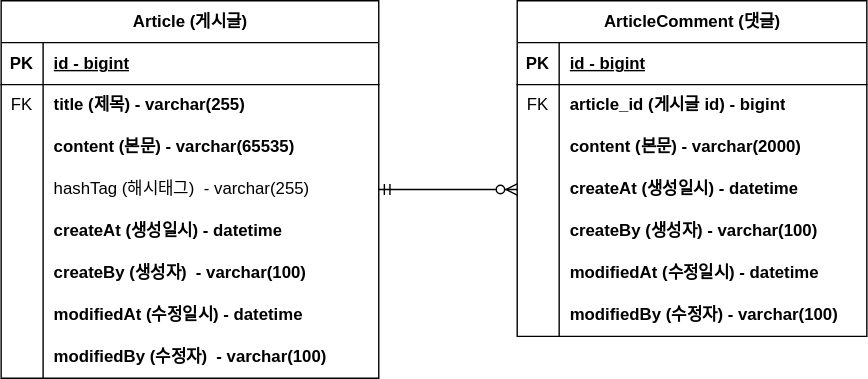
Above: document/board-project-erd.svg in KHyeon9/fastcampus-project-board (draw.io), before the change. Source tidied: cells renumbered, new cells last; positions are measured from the earlier drawing's top-left corner, leaving out a move shared by most shapes.
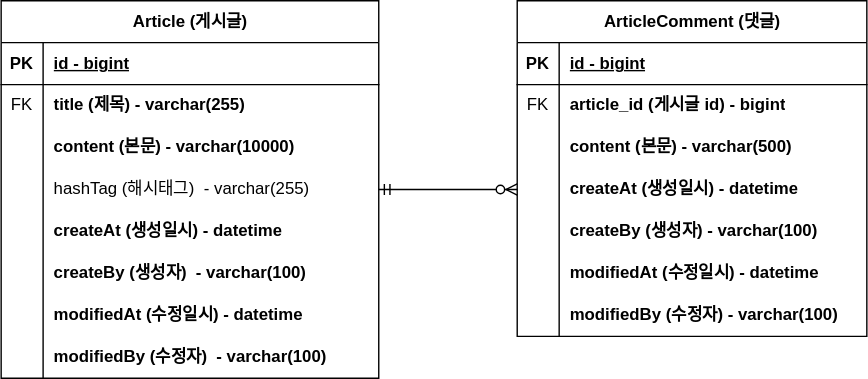
After the change.

Commit message:
#10 - erd 업데이트: content 사이즈 변경

What changed in the source:
```diff
@@ -29,7 +29,7 @@
     <mxCell id="10" style="shape=partialRectangle;fillColor=none;top=0;left=0;bottom=0;right=0;overflow=hidden;whiteSpace=wrap;html=1;" parent="9" vertex="1">
       <mxGeometry width="30" height="30" as="geometry" />
     </mxCell>
-    <mxCell id="11" value="content (본문&lt;span style=&quot;background-color: initial;&quot;&gt;) - varchar(65535)&lt;/span&gt;" style="shape=partialRectangle;fillColor=none;top=0;left=0;bottom=0;right=0;align=left;spacingLeft=6;overflow=hidden;whiteSpace=wrap;html=1;fontStyle=1;" parent="9" vertex="1">
+    <mxCell id="11" value="content (본문&lt;span style=&quot;background-color: initial;&quot;&gt;) - varchar(10000)&lt;/span&gt;" style="shape=partialRectangle;fillColor=none;top=0;left=0;bottom=0;right=0;align=left;spacingLeft=6;overflow=hidden;whiteSpace=wrap;html=1;fontStyle=1;" parent="9" vertex="1">
       <mxGeometry x="30" width="240" height="30" as="geometry" />
     </mxCell>
     <mxCell id="12" style="shape=tableRow;horizontal=0;startSize=0;swimlaneHead=0;swimlaneBody=0;fillColor=none;points=[[0,0.5],[1,0.5]];portConstraint=eastwest;top=0;left=0;right=0;bottom=0;" parent="2" vertex="1">
@@ -104,7 +104,7 @@
     <mxCell id="35" style="shape=partialRectangle;fillColor=none;top=0;left=0;bottom=0;right=0;overflow=hidden;whiteSpace=wrap;html=1;" parent="34" vertex="1">
       <mxGeometry width="30" height="30" as="geometry" />
     </mxCell>
-    <mxCell id="36" value="content (본문&lt;span style=&quot;background-color: initial;&quot;&gt;) - varchar(2000)&lt;/span&gt;" style="shape=partialRectangle;fillColor=none;top=0;left=0;bottom=0;right=0;align=left;spacingLeft=6;overflow=hidden;whiteSpace=wrap;html=1;fontStyle=1;" parent="34" vertex="1">
+    <mxCell id="36" value="content (본문&lt;span style=&quot;background-color: initial;&quot;&gt;) - varchar(500)&lt;/span&gt;" style="shape=partialRectangle;fillColor=none;top=0;left=0;bottom=0;right=0;align=left;spacingLeft=6;overflow=hidden;whiteSpace=wrap;html=1;fontStyle=1;" parent="34" vertex="1">
       <mxGeometry x="30" width="220" height="30" as="geometry" />
     </mxCell>
     <mxCell id="37" style="shape=tableRow;horizontal=0;startSize=0;swimlaneHead=0;swimlaneBody=0;fillColor=none;points=[[0,0.5],[1,0.5]];portConstraint=eastwest;top=0;left=0;right=0;bottom=0;" parent="27" vertex="1">
```
